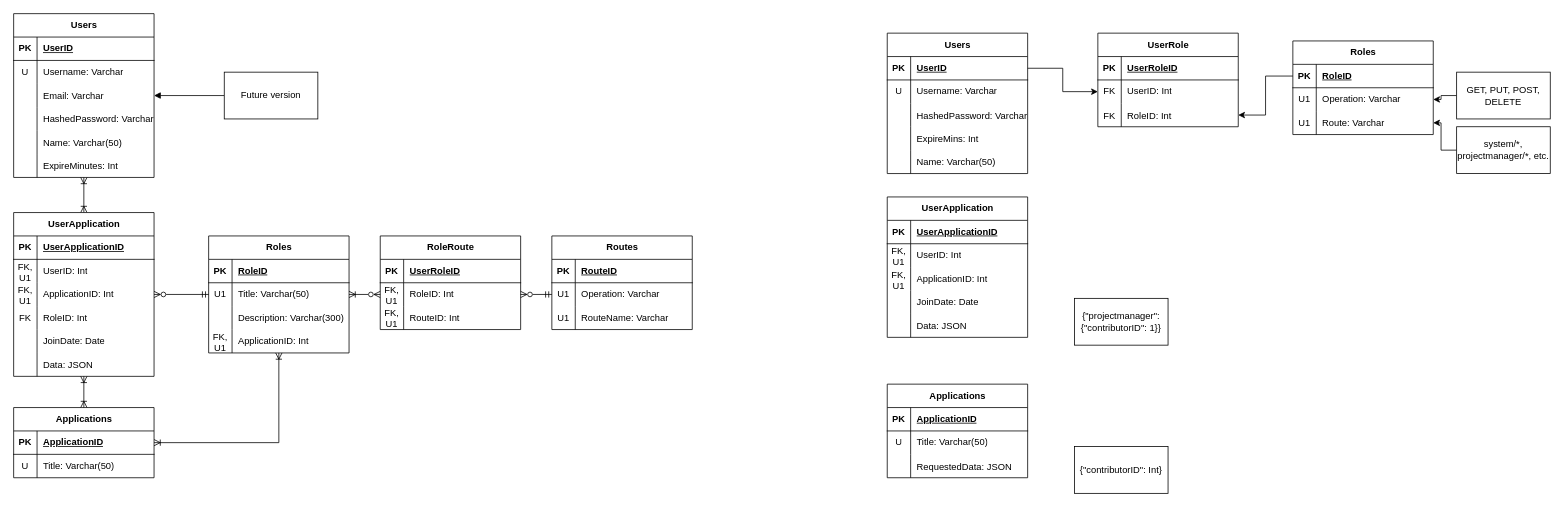
Earlier version of the draw.io diagram Documentation/system.drawio (TheChar/SphereAPI). Source tidied: cells renumbered, new cells numbered last; positions are measured from the earlier drawing's top-left corner, leaving out a move shared by most shapes. Both pictures are drawn from the tidied source at 78%, with x=0, y=0 at pixel (13, 13).
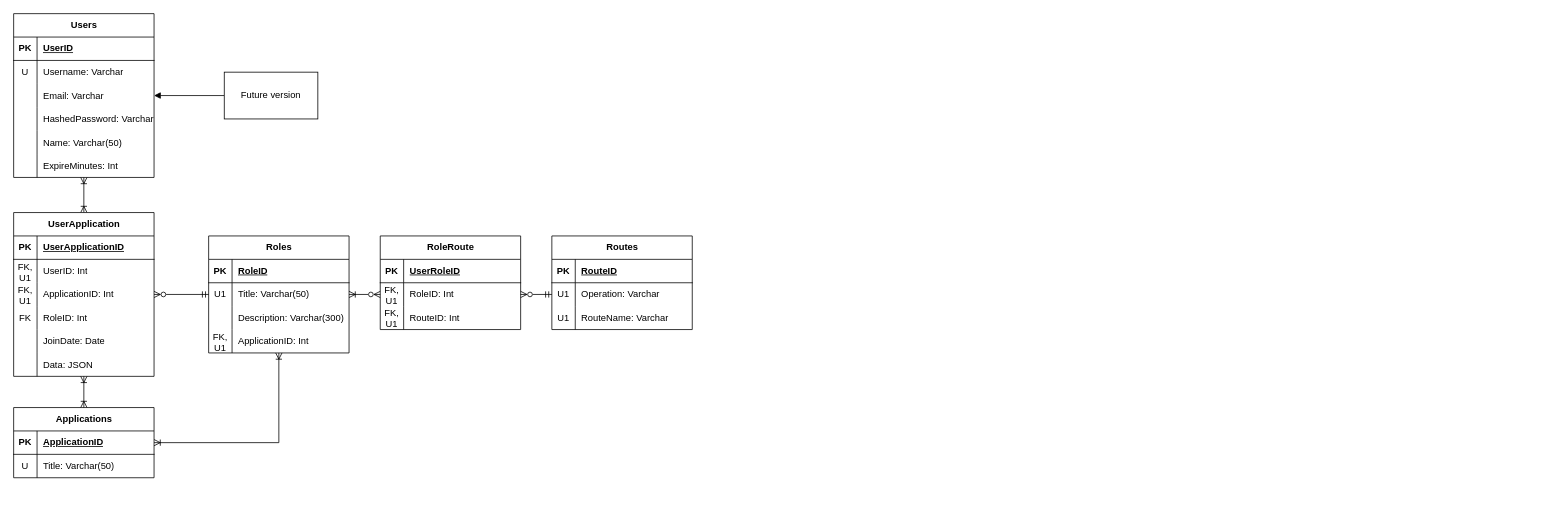
After the change.

The edit, as a diff of the source:
```diff
@@
-    <mxCell id="2" value="Users" style="shape=table;startSize=30;childLayout=tableLayout;rowLines=0;fontStyle=1;align=center;html=1;" parent="1" vertex="1">
-      <mxGeometry x="1120" y="25" width="180" height="180" as="geometry" />
-    </mxCell>
-    <mxCell id="3" style="shape=tableRow;horizontal=0;startSize=0;swimlaneHead=0;swimlaneBody=0;fillColor=none;points=[[0,0.5],[1,0.5]];portConstraint=eastwest;top=0;left=0;right=0;bottom=1;" parent="2" vertex="1">
-      <mxGeometry y="30" width="180" height="30" as="geometry" />
-    </mxCell>
-    <mxCell id="4" value="PK" style="shape=partialRectangle;fillColor=none;top=0;left=0;bottom=0;right=0;fontStyle=1;overflow=hidden;whiteSpace=wrap;html=1;" parent="3" vertex="1">
-      <mxGeometry width="30" height="30" as="geometry" />
-    </mxCell>
-    <mxCell id="5" value="UserID" style="shape=partialRectangle;fillColor=none;top=0;left=0;bottom=0;right=0;align=left;spacingLeft=6;fontStyle=5;overflow=hidden;whiteSpace=wrap;html=1;" parent="3" vertex="1">
-      <mxGeometry x="30" width="150" height="30" as="geometry" />
-    </mxCell>
-    <mxCell id="6" style="shape=tableRow;horizontal=0;startSize=0;swimlaneHead=0;swimlaneBody=0;fillColor=none;top=0;left=0;right=0;bottom=0;" parent="2" vertex="1">
-      <mxGeometry y="60" width="180" height="30" as="geometry" />
-    </mxCell>
-    <mxCell id="7" value="U" style="shape=partialRectangle;fillColor=none;top=0;left=0;bottom=0;right=0;overflow=hidden;whiteSpace=wrap;html=1;" parent="6" vertex="1">
-      <mxGeometry width="30" height="30" as="geometry" />
-    </mxCell>
-    <mxCell id="8" value="Username: Varchar" style="shape=partialRectangle;fillColor=none;top=0;left=0;bottom=0;right=0;align=left;spacingLeft=6;overflow=hidden;whiteSpace=wrap;html=1;" parent="6" vertex="1">
-      <mxGeometry x="30" width="150" height="30" as="geometry" />
-    </mxCell>
-    <mxCell id="9" style="shape=tableRow;horizontal=0;startSize=0;swimlaneHead=0;swimlaneBody=0;fillColor=none;top=0;left=0;right=0;bottom=0;" parent="2" vertex="1">
-      <mxGeometry y="90" width="180" height="30" as="geometry" />
-    </mxCell>
-    <mxCell id="10" style="shape=partialRectangle;fillColor=none;top=0;left=0;bottom=0;right=0;overflow=hidden;" parent="9" vertex="1">
-      <mxGeometry width="30" height="30" as="geometry" />
-    </mxCell>
-    <mxCell id="11" value="HashedPassword: Varchar" style="shape=partialRectangle;fillColor=none;top=0;left=0;bottom=0;right=0;align=left;spacingLeft=6;overflow=hidden;" parent="9" vertex="1">
-      <mxGeometry x="30" width="150" height="30" as="geometry" />
-    </mxCell>
-    <mxCell id="12" style="shape=tableRow;horizontal=0;startSize=0;swimlaneHead=0;swimlaneBody=0;fillColor=none;top=0;left=0;right=0;bottom=0;" parent="2" vertex="1">
-      <mxGeometry y="120" width="180" height="30" as="geometry" />
-    </mxCell>
-    <mxCell id="13" style="shape=partialRectangle;fillColor=none;top=0;left=0;bottom=0;right=0;overflow=hidden;" parent="12" vertex="1">
-      <mxGeometry width="30" height="30" as="geometry" />
-    </mxCell>
-    <mxCell id="14" value="ExpireMins: Int" style="shape=partialRectangle;fillColor=none;top=0;left=0;bottom=0;right=0;align=left;spacingLeft=6;overflow=hidden;" parent="12" vertex="1">
-      <mxGeometry x="30" width="150" height="30" as="geometry" />
-    </mxCell>
-    <mxCell id="15" style="shape=tableRow;horizontal=0;startSize=0;swimlaneHead=0;swimlaneBody=0;fillColor=none;top=0;left=0;right=0;bottom=0;" parent="2" vertex="1">
-      <mxGeometry y="150" width="180" height="30" as="geometry" />
-    </mxCell>
-    <mxCell id="16" style="shape=partialRectangle;fillColor=none;top=0;left=0;bottom=0;right=0;overflow=hidden;" parent="15" vertex="1">
-      <mxGeometry width="30" height="30" as="geometry" />
-    </mxCell>
-    <mxCell id="17" value="Name: Varchar(50)" style="shape=partialRectangle;fillColor=none;top=0;left=0;bottom=0;right=0;align=left;spacingLeft=6;overflow=hidden;" parent="15" vertex="1">
-      <mxGeometry x="30" width="150" height="30" as="geometry" />
-    </mxCell>
-    <mxCell id="18" value="UserRole" style="shape=table;startSize=30;childLayout=tableLayout;rowLines=0;fontStyle=1;align=center;html=1;" parent="1" vertex="1">
-      <mxGeometry x="1390" y="25" width="180" height="120" as="geometry" />
-    </mxCell>
-    <mxCell id="19" style="shape=tableRow;horizontal=0;startSize=0;swimlaneHead=0;swimlaneBody=0;fillColor=none;top=0;left=0;right=0;bottom=1;" parent="18" vertex="1">
-      <mxGeometry y="30" width="180" height="30" as="geometry" />
-    </mxCell>
-    <mxCell id="20" value="PK" style="shape=partialRectangle;fillColor=none;top=0;left=0;bottom=0;right=0;fontStyle=1;overflow=hidden;whiteSpace=wrap;html=1;" parent="19" vertex="1">
-      <mxGeometry width="30" height="30" as="geometry" />
-    </mxCell>
-    <mxCell id="21" value="UserRoleID" style="shape=partialRectangle;fillColor=none;top=0;left=0;bottom=0;right=0;align=left;spacingLeft=6;fontStyle=5;overflow=hidden;whiteSpace=wrap;html=1;" parent="19" vertex="1">
-      <mxGeometry x="30" width="150" height="30" as="geometry" />
-    </mxCell>
-    <mxCell id="22" style="shape=tableRow;horizontal=0;startSize=0;swimlaneHead=0;swimlaneBody=0;fillColor=none;points=[[0,0.5],[1,0.5]];portConstraint=eastwest;top=0;left=0;right=0;bottom=0;" parent="18" vertex="1">
-      <mxGeometry y="60" width="180" height="30" as="geometry" />
-    </mxCell>
-    <mxCell id="23" value="FK" style="shape=partialRectangle;fillColor=none;top=0;left=0;bottom=0;right=0;overflow=hidden;whiteSpace=wrap;html=1;" parent="22" vertex="1">
-      <mxGeometry width="30" height="30" as="geometry" />
-    </mxCell>
-    <mxCell id="24" value="UserID: Int" style="shape=partialRectangle;fillColor=none;top=0;left=0;bottom=0;right=0;align=left;spacingLeft=6;overflow=hidden;whiteSpace=wrap;html=1;" parent="22" vertex="1">
-      <mxGeometry x="30" width="150" height="30" as="geometry" />
-    </mxCell>
-    <mxCell id="25" style="shape=tableRow;horizontal=0;startSize=0;swimlaneHead=0;swimlaneBody=0;fillColor=none;points=[[0,0.5],[1,0.5]];portConstraint=eastwest;top=0;left=0;right=0;bottom=0;" parent="18" vertex="1">
-      <mxGeometry y="90" width="180" height="30" as="geometry" />
-    </mxCell>
-    <mxCell id="26" value="FK" style="shape=partialRectangle;fillColor=none;top=0;left=0;bottom=0;right=0;overflow=hidden;" parent="25" vertex="1">
-      <mxGeometry width="30" height="30" as="geometry" />
-    </mxCell>
-    <mxCell id="27" value="RoleID: Int" style="shape=partialRectangle;fillColor=none;top=0;left=0;bottom=0;right=0;align=left;spacingLeft=6;overflow=hidden;" parent="25" vertex="1">
-      <mxGeometry x="30" width="150" height="30" as="geometry" />
-    </mxCell>
-    <mxCell id="28" value="Roles" style="shape=table;startSize=30;childLayout=tableLayout;rowLines=0;fontStyle=1;align=center;html=1;" parent="1" vertex="1">
-      <mxGeometry x="1640" y="35" width="180" height="120" as="geometry" />
-    </mxCell>
-    <mxCell id="29" style="shape=tableRow;horizontal=0;startSize=0;swimlaneHead=0;swimlaneBody=0;fillColor=none;points=[[0,0.5],[1,0.5]];portConstraint=eastwest;top=0;left=0;right=0;bottom=1;" parent="28" vertex="1">
-      <mxGeometry y="30" width="180" height="30" as="geometry" />
-    </mxCell>
-    <mxCell id="30" value="PK" style="shape=partialRectangle;fillColor=none;top=0;left=0;bottom=0;right=0;fontStyle=1;overflow=hidden;whiteSpace=wrap;html=1;" parent="29" vertex="1">
-      <mxGeometry width="30" height="30" as="geometry" />
-    </mxCell>
-    <mxCell id="31" value="RoleID" style="shape=partialRectangle;fillColor=none;top=0;left=0;bottom=0;right=0;align=left;spacingLeft=6;fontStyle=5;overflow=hidden;whiteSpace=wrap;html=1;" parent="29" vertex="1">
-      <mxGeometry x="30" width="150" height="30" as="geometry" />
-    </mxCell>
-    <mxCell id="32" style="shape=tableRow;horizontal=0;startSize=0;swimlaneHead=0;swimlaneBody=0;fillColor=none;points=[[0,0.5],[1,0.5]];portConstraint=eastwest;top=0;left=0;right=0;bottom=0;" parent="28" vertex="1">
-      <mxGeometry y="60" width="180" height="30" as="geometry" />
-    </mxCell>
-    <mxCell id="33" value="U1" style="shape=partialRectangle;fillColor=none;top=0;left=0;bottom=0;right=0;overflow=hidden;whiteSpace=wrap;html=1;" parent="32" vertex="1">
-      <mxGeometry width="30" height="30" as="geometry" />
-    </mxCell>
-    <mxCell id="34" value="Operation: Varchar" style="shape=partialRectangle;fillColor=none;top=0;left=0;bottom=0;right=0;align=left;spacingLeft=6;overflow=hidden;whiteSpace=wrap;html=1;" parent="32" vertex="1">
-      <mxGeometry x="30" width="150" height="30" as="geometry" />
-    </mxCell>
-    <mxCell id="35" style="shape=tableRow;horizontal=0;startSize=0;swimlaneHead=0;swimlaneBody=0;fillColor=none;points=[[0,0.5],[1,0.5]];portConstraint=eastwest;top=0;left=0;right=0;bottom=0;" parent="28" vertex="1">
-      <mxGeometry y="90" width="180" height="30" as="geometry" />
-    </mxCell>
-    <mxCell id="36" value="U1" style="shape=partialRectangle;fillColor=none;top=0;left=0;bottom=0;right=0;overflow=hidden;whiteSpace=wrap;html=1;" parent="35" vertex="1">
-      <mxGeometry width="30" height="30" as="geometry" />
-    </mxCell>
-    <mxCell id="37" value="Route: Varchar" style="shape=partialRectangle;fillColor=none;top=0;left=0;bottom=0;right=0;align=left;spacingLeft=6;overflow=hidden;whiteSpace=wrap;html=1;" parent="35" vertex="1">
-      <mxGeometry x="30" width="150" height="30" as="geometry" />
-    </mxCell>
-    <mxCell id="38" style="edgeStyle=orthogonalEdgeStyle;rounded=0;jettySize=auto;html=1;entryX=1;entryY=0.5;entryDx=0;entryDy=0;" parent="1" edge="1" source="39" target="32">
-      <mxGeometry relative="1" as="geometry" />
-    </mxCell>
-    <mxCell id="39" value="GET, PUT, POST, DELETE" style="rounded=0;whiteSpace=wrap;html=1;" parent="1" vertex="1">
-      <mxGeometry x="1850" y="75" width="120" height="60" as="geometry" />
-    </mxCell>
-    <mxCell id="40" style="edgeStyle=orthogonalEdgeStyle;rounded=0;jettySize=auto;html=1;entryX=1;entryY=0.5;entryDx=0;entryDy=0;" parent="1" edge="1" source="29" target="25">
-      <mxGeometry relative="1" as="geometry" />
-    </mxCell>
-    <mxCell id="41" style="edgeStyle=orthogonalEdgeStyle;rounded=0;jettySize=auto;html=1;entryX=0;entryY=0.5;entryDx=0;entryDy=0;" parent="1" edge="1" source="3" target="22">
-      <mxGeometry relative="1" as="geometry" />
-    </mxCell>
-    <mxCell id="42" style="edgeStyle=orthogonalEdgeStyle;rounded=0;jettySize=auto;html=1;entryX=1;entryY=0.5;entryDx=0;entryDy=0;" parent="1" edge="1" source="43" target="35">
-      <mxGeometry relative="1" as="geometry" />
-    </mxCell>
-    <mxCell id="43" value="system/*, projectmanager/*, etc." style="rounded=0;whiteSpace=wrap;html=1;" parent="1" vertex="1">
-      <mxGeometry x="1850" y="145" width="120" height="60" as="geometry" />
-    </mxCell>
-    <mxCell id="44" value="Applications" style="shape=table;startSize=30;childLayout=tableLayout;rowLines=0;fontStyle=1;align=center;html=1;" parent="1" vertex="1">
-      <mxGeometry x="1120" y="475" width="180" height="120" as="geometry" />
-    </mxCell>
-    <mxCell id="45" style="shape=tableRow;horizontal=0;startSize=0;swimlaneHead=0;swimlaneBody=0;fillColor=none;top=0;left=0;right=0;bottom=1;" parent="44" vertex="1">
-      <mxGeometry y="30" width="180" height="30" as="geometry" />
-    </mxCell>
-    <mxCell id="46" value="PK" style="shape=partialRectangle;fillColor=none;top=0;left=0;bottom=0;right=0;fontStyle=1;overflow=hidden;whiteSpace=wrap;html=1;" parent="45" vertex="1">
-      <mxGeometry width="30" height="30" as="geometry" />
-    </mxCell>
-    <mxCell id="47" value="ApplicationID" style="shape=partialRectangle;fillColor=none;top=0;left=0;bottom=0;right=0;align=left;spacingLeft=6;fontStyle=5;overflow=hidden;whiteSpace=wrap;html=1;" parent="45" vertex="1">
-      <mxGeometry x="30" width="150" height="30" as="geometry" />
-    </mxCell>
-    <mxCell id="48" style="shape=tableRow;horizontal=0;startSize=0;swimlaneHead=0;swimlaneBody=0;fillColor=none;top=0;left=0;right=0;bottom=0;" parent="44" vertex="1">
-      <mxGeometry y="60" width="180" height="30" as="geometry" />
-    </mxCell>
-    <mxCell id="49" value="U" style="shape=partialRectangle;fillColor=none;top=0;left=0;bottom=0;right=0;overflow=hidden;whiteSpace=wrap;html=1;" parent="48" vertex="1">
-      <mxGeometry width="30" height="30" as="geometry" />
-    </mxCell>
-    <mxCell id="50" value="Title: Varchar(50)" style="shape=partialRectangle;fillColor=none;top=0;left=0;bottom=0;right=0;align=left;spacingLeft=6;overflow=hidden;whiteSpace=wrap;html=1;" parent="48" vertex="1">
-      <mxGeometry x="30" width="150" height="30" as="geometry" />
-    </mxCell>
-    <mxCell id="51" style="shape=tableRow;horizontal=0;startSize=0;swimlaneHead=0;swimlaneBody=0;fillColor=none;top=0;left=0;right=0;bottom=0;" parent="44" vertex="1">
-      <mxGeometry y="90" width="180" height="30" as="geometry" />
-    </mxCell>
-    <mxCell id="52" style="shape=partialRectangle;fillColor=none;top=0;left=0;bottom=0;right=0;overflow=hidden;" parent="51" vertex="1">
-      <mxGeometry width="30" height="30" as="geometry" />
-    </mxCell>
-    <mxCell id="53" value="RequestedData: JSON" style="shape=partialRectangle;fillColor=none;top=0;left=0;bottom=0;right=0;align=left;spacingLeft=6;overflow=hidden;" parent="51" vertex="1">
-      <mxGeometry x="30" width="150" height="30" as="geometry" />
-    </mxCell>
-    <mxCell id="54" value="UserApplication" style="shape=table;startSize=30;childLayout=tableLayout;rowLines=0;fontStyle=1;align=center;html=1;" parent="1" vertex="1">
-      <mxGeometry x="1120" y="235" width="180" height="180" as="geometry" />
-    </mxCell>
-    <mxCell id="55" style="shape=tableRow;horizontal=0;startSize=0;swimlaneHead=0;swimlaneBody=0;fillColor=none;top=0;left=0;right=0;bottom=1;" parent="54" vertex="1">
-      <mxGeometry y="30" width="180" height="30" as="geometry" />
-    </mxCell>
-    <mxCell id="56" value="PK" style="shape=partialRectangle;fillColor=none;top=0;left=0;bottom=0;right=0;fontStyle=1;overflow=hidden;whiteSpace=wrap;html=1;" parent="55" vertex="1">
-      <mxGeometry width="30" height="30" as="geometry" />
-    </mxCell>
-    <mxCell id="57" value="UserApplicationID" style="shape=partialRectangle;fillColor=none;top=0;left=0;bottom=0;right=0;align=left;spacingLeft=6;fontStyle=5;overflow=hidden;whiteSpace=wrap;html=1;" parent="55" vertex="1">
-      <mxGeometry x="30" width="150" height="30" as="geometry" />
-    </mxCell>
-    <mxCell id="58" style="shape=tableRow;horizontal=0;startSize=0;swimlaneHead=0;swimlaneBody=0;fillColor=none;top=0;left=0;right=0;bottom=0;" parent="54" vertex="1">
-      <mxGeometry y="60" width="180" height="30" as="geometry" />
-    </mxCell>
-    <mxCell id="59" value="FK,&lt;div&gt;U1&lt;/div&gt;" style="shape=partialRectangle;fillColor=none;top=0;left=0;bottom=0;right=0;overflow=hidden;whiteSpace=wrap;html=1;" parent="58" vertex="1">
-      <mxGeometry width="30" height="30" as="geometry" />
-    </mxCell>
-    <mxCell id="60" value="UserID: Int" style="shape=partialRectangle;fillColor=none;top=0;left=0;bottom=0;right=0;align=left;spacingLeft=6;overflow=hidden;whiteSpace=wrap;html=1;" parent="58" vertex="1">
-      <mxGeometry x="30" width="150" height="30" as="geometry" />
-    </mxCell>
-    <mxCell id="61" style="shape=tableRow;horizontal=0;startSize=0;swimlaneHead=0;swimlaneBody=0;fillColor=none;top=0;left=0;right=0;bottom=0;" parent="54" vertex="1">
-      <mxGeometry y="90" width="180" height="30" as="geometry" />
-    </mxCell>
-    <mxCell id="62" value="FK,&lt;div&gt;U1&lt;/div&gt;" style="shape=partialRectangle;fillColor=none;top=0;left=0;bottom=0;right=0;overflow=hidden;whiteSpace=wrap;html=1;" parent="61" vertex="1">
-      <mxGeometry width="30" height="30" as="geometry" />
-    </mxCell>
-    <mxCell id="63" value="ApplicationID: Int" style="shape=partialRectangle;fillColor=none;top=0;left=0;bottom=0;right=0;align=left;spacingLeft=6;overflow=hidden;whiteSpace=wrap;html=1;" parent="61" vertex="1">
-      <mxGeometry x="30" width="150" height="30" as="geometry" />
-    </mxCell>
-    <mxCell id="64" style="shape=tableRow;horizontal=0;startSize=0;swimlaneHead=0;swimlaneBody=0;fillColor=none;top=0;left=0;right=0;bottom=0;" parent="54" vertex="1">
-      <mxGeometry y="120" width="180" height="30" as="geometry" />
-    </mxCell>
-    <mxCell id="65" style="shape=partialRectangle;fillColor=none;top=0;left=0;bottom=0;right=0;overflow=hidden;whiteSpace=wrap;html=1;" parent="64" vertex="1">
-      <mxGeometry width="30" height="30" as="geometry" />
-    </mxCell>
-    <mxCell id="66" value="JoinDate: Date" style="shape=partialRectangle;fillColor=none;top=0;left=0;bottom=0;right=0;align=left;spacingLeft=6;overflow=hidden;whiteSpace=wrap;html=1;" parent="64" vertex="1">
-      <mxGeometry x="30" width="150" height="30" as="geometry" />
-    </mxCell>
-    <mxCell id="67" style="shape=tableRow;horizontal=0;startSize=0;swimlaneHead=0;swimlaneBody=0;fillColor=none;top=0;left=0;right=0;bottom=0;" parent="54" vertex="1">
-      <mxGeometry y="150" width="180" height="30" as="geometry" />
-    </mxCell>
-    <mxCell id="68" style="shape=partialRectangle;fillColor=none;top=0;left=0;bottom=0;right=0;overflow=hidden;" parent="67" vertex="1">
-      <mxGeometry width="30" height="30" as="geometry" />
-    </mxCell>
-    <mxCell id="69" value="Data: JSON" style="shape=partialRectangle;fillColor=none;top=0;left=0;bottom=0;right=0;align=left;spacingLeft=6;overflow=hidden;" parent="67" vertex="1">
-      <mxGeometry x="30" width="150" height="30" as="geometry" />
-    </mxCell>
-    <mxCell id="70" value="{&quot;projectmanager&quot;: {&quot;contributorID&quot;: 1}}" style="rounded=0;whiteSpace=wrap;html=1;" parent="1" vertex="1">
-      <mxGeometry x="1360" y="365" width="120" height="60" as="geometry" />
-    </mxCell>
-    <mxCell id="71" value="{&quot;contributorID&quot;: Int}" style="rounded=0;whiteSpace=wrap;html=1;" parent="1" vertex="1">
-      <mxGeometry x="1360" y="555" width="120" height="60" as="geometry" />
-    </mxCell>
```
